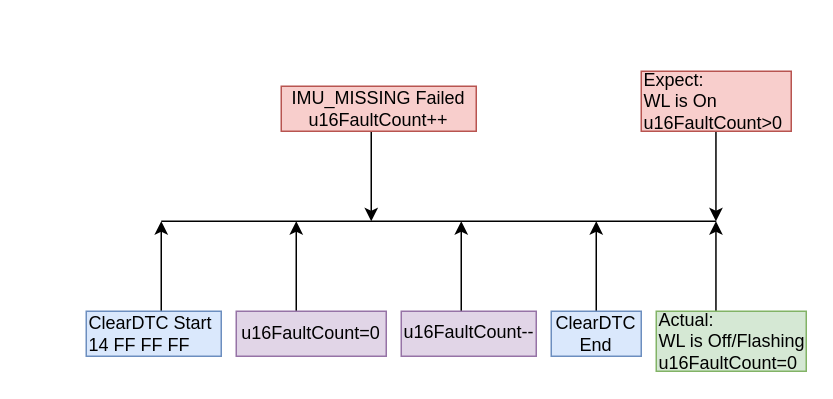
Above: WL_ClearDTC.drawio in woshitanwang/pics_procdure (draw.io), before the change. Source tidied: cells renumbered, new cells numbered last; positions are measured from the earlier drawing's top-left corner, leaving out a move shared by most shapes. Both pictures are drawn from the tidied source at 150%, with x=0, y=0 at pixel (86, 70).
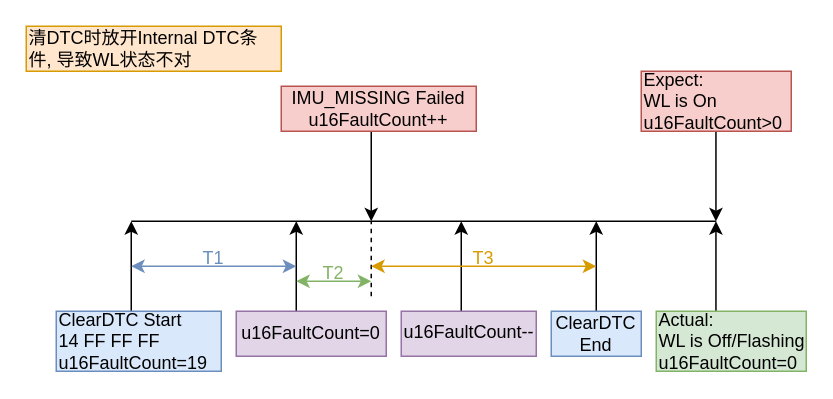
The same diagram, later.

Change to the diagram source:
```diff
@@
     <mxCell id="2" style="endArrow=none;html=1;rounded=0;" parent="1" edge="1">
       <mxGeometry relative="1" as="geometry">
-        <mxPoint x="50" y="100" as="sourcePoint" />
+        <mxPoint x="30" y="100" as="sourcePoint" />
         <mxPoint x="420" y="100" as="targetPoint" />
       </mxGeometry>
     </mxCell>
     <mxCell id="3" style="endArrow=classic;html=1;rounded=0;" parent="1" edge="1">
       <mxGeometry relative="1" as="geometry">
-        <mxPoint x="50" y="160" as="sourcePoint" />
-        <mxPoint x="50" y="100" as="targetPoint" />
+        <mxPoint x="30" y="160" as="sourcePoint" />
+        <mxPoint x="30" y="100" as="targetPoint" />
       </mxGeometry>
     </mxCell>
-    <mxCell id="4" value="ClearDTC Start&lt;br&gt;14 FF FF FF" style="text;html=1;strokeColor=#6c8ebf;fillColor=#dae8fc;align=left;verticalAlign=middle;whiteSpace=wrap;rounded=0;" parent="1" vertex="1">
-      <mxGeometry y="160" width="90" height="30" as="geometry" />
+    <mxCell id="4" value="ClearDTC Start&lt;br&gt;14 FF FF FF&lt;br&gt;u16FaultCount=19" style="text;html=1;strokeColor=#6c8ebf;fillColor=#dae8fc;align=left;verticalAlign=middle;whiteSpace=wrap;rounded=0;" parent="1" vertex="1">
+      <mxGeometry x="-20" y="160" width="110" height="40" as="geometry" />
     </mxCell>
@@
+    <mxCell id="17" style="endArrow=classic;startArrow=classic;html=1;rounded=0;fillColor=#dae8fc;strokeColor=#6c8ebf;" parent="1" edge="1">
+      <mxGeometry relative="1" as="geometry">
+        <mxPoint x="30" y="130" as="sourcePoint" />
+        <mxPoint x="140" y="130" as="targetPoint" />
+      </mxGeometry>
+    </mxCell>
+    <mxCell id="18" style="endArrow=classic;startArrow=classic;html=1;rounded=0;fillColor=#d5e8d4;strokeColor=#82b366;" parent="1" edge="1">
+      <mxGeometry relative="1" as="geometry">
+        <mxPoint x="140" y="140" as="sourcePoint" />
+        <mxPoint x="190" y="140" as="targetPoint" />
+      </mxGeometry>
+    </mxCell>
+    <mxCell id="19" style="endArrow=none;html=1;rounded=0;dashed=1;" parent="1" edge="1">
+      <mxGeometry relative="1" as="geometry">
+        <mxPoint x="190" y="150" as="sourcePoint" />
+        <mxPoint x="190" y="100" as="targetPoint" />
+      </mxGeometry>
+    </mxCell>
+    <mxCell id="20" style="endArrow=classic;startArrow=classic;html=1;rounded=0;fillColor=#ffe6cc;strokeColor=#d79b00;" parent="1" edge="1">
+      <mxGeometry relative="1" as="geometry">
+        <mxPoint x="190" y="130" as="sourcePoint" />
+        <mxPoint x="340" y="130" as="targetPoint" />
+      </mxGeometry>
+    </mxCell>
+    <mxCell id="21" value="T1" style="text;html=1;strokeColor=none;fillColor=none;align=center;verticalAlign=middle;whiteSpace=wrap;rounded=0;fontColor=#6c8ebf;" parent="1" vertex="1">
+      <mxGeometry x="70" y="120" width="30" height="10" as="geometry" />
+    </mxCell>
+    <mxCell id="22" value="T2" style="text;html=1;strokeColor=none;fillColor=none;align=center;verticalAlign=middle;whiteSpace=wrap;rounded=0;fontColor=#82b366;" parent="1" vertex="1">
+      <mxGeometry x="150" y="130" width="30" height="10" as="geometry" />
+    </mxCell>
+    <mxCell id="23" value="T3" style="text;html=1;align=center;verticalAlign=middle;whiteSpace=wrap;rounded=0;fontColor=#d79b00;" parent="1" vertex="1">
+      <mxGeometry x="250" y="120" width="30" height="10" as="geometry" />
+    </mxCell>
+    <mxCell id="24" value="清DTC时放开Internal DTC条件, 导致WL状态不对" style="text;html=1;strokeColor=#d79b00;fillColor=#ffe6cc;align=left;verticalAlign=middle;whiteSpace=wrap;rounded=0;" parent="1" vertex="1">
+      <mxGeometry x="-40" y="-30" width="170" height="30" as="geometry" />
+    </mxCell>
```
